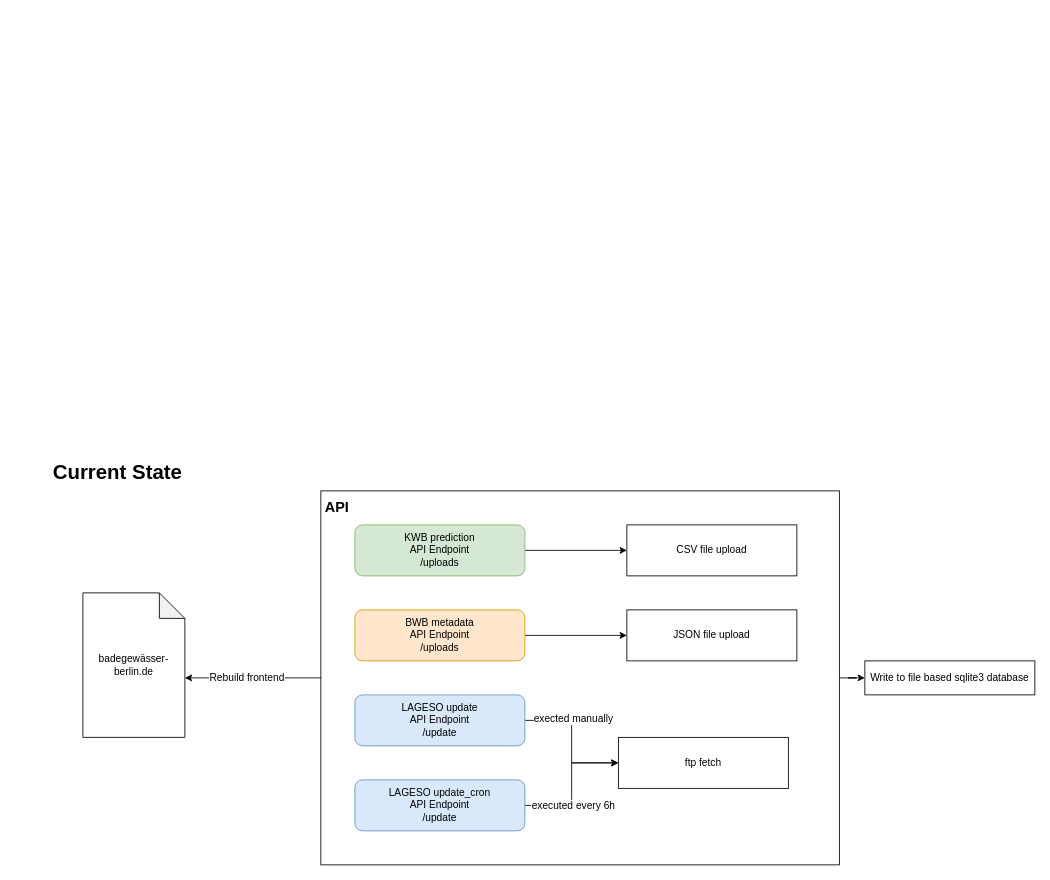
Above: page "Current state" (1 of 2) of before-and-after/before and after.drawio in technologiestiftung/flusshygiene-flowcharts (draw.io), before the change. Source tidied: cells renumbered, new cells numbered last; positions are measured from the earlier drawing's top-left corner, leaving out a move shared by most shapes. Both pictures are drawn from the tidied source at 85%, with x=0, y=0 at pixel (48, 456).
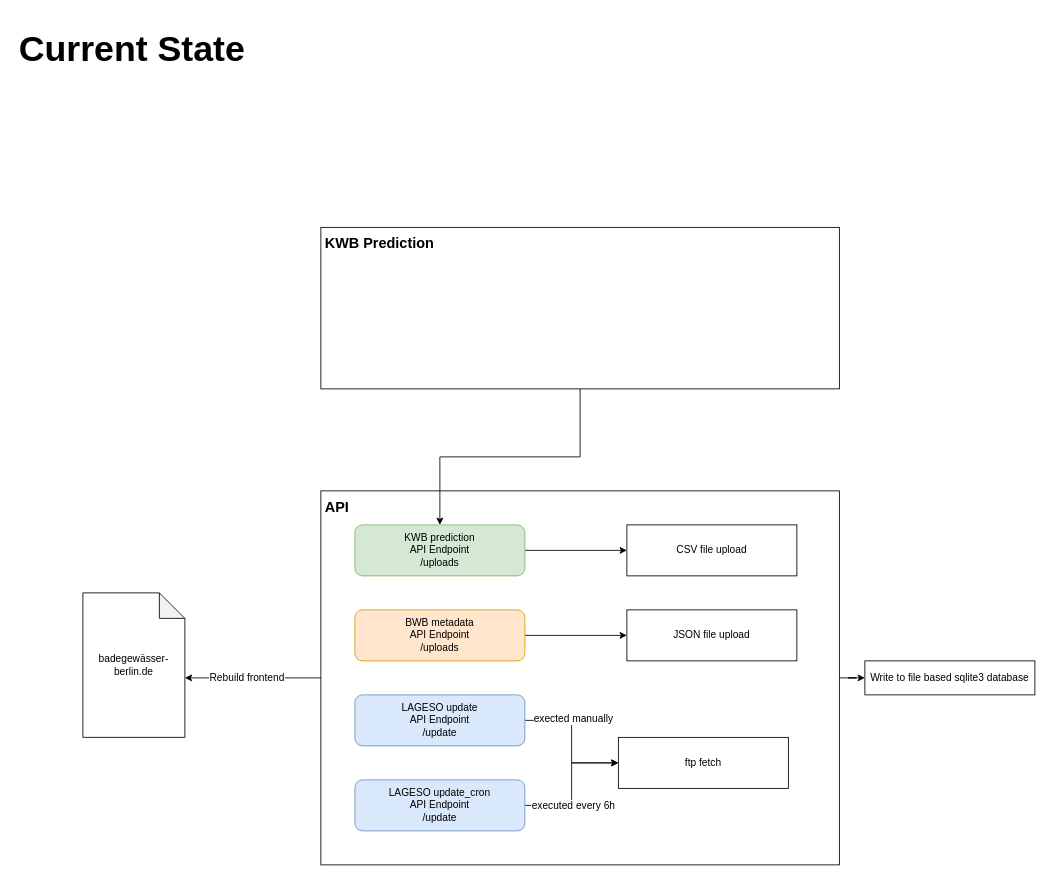
The same diagram, later.

The change refers to these unchanged cells:
```xml
<mxCell id="9" value="KWB prediction&lt;br&gt;API Endpoint&lt;br&gt;/uploads&lt;br&gt;" style="rounded=1;whiteSpace=wrap;html=1;fillColor=#d5e8d4;strokeColor=#82b366;" parent="1" vertex="1">
  <mxGeometry x="360" y="81" width="200" height="60" as="geometry" />
</mxCell>
```

Change to the diagram source:
```diff
@@
-    <mxCell id="21" value="&lt;h1&gt;Current State&lt;br&gt;&lt;/h1&gt;" style="text;html=1;strokeColor=none;fillColor=none;spacing=5;spacingTop=-20;whiteSpace=wrap;overflow=hidden;rounded=0;shadow=0;comic=0;" parent="1" vertex="1">
-      <mxGeometry width="190" height="120" as="geometry" />
+    <mxCell id="21" value="&lt;h1&gt;&lt;font style=&quot;font-size: 42px&quot;&gt;Current State&lt;/font&gt;&lt;br&gt;&lt;/h1&gt;" style="text;html=1;strokeColor=none;fillColor=none;spacing=5;spacingTop=-20;whiteSpace=wrap;overflow=hidden;rounded=0;shadow=0;comic=0;" parent="1" vertex="1">
+      <mxGeometry x="-40" y="-509" width="355" height="120" as="geometry" />
     </mxCell>
+    <mxCell id="22" style="edgeStyle=orthogonalEdgeStyle;rounded=0;jettySize=auto;html=1;exitX=0.5;exitY=1;exitDx=0;exitDy=0;entryX=0.5;entryY=0;entryDx=0;entryDy=0;" parent="1" edge="1" source="23" target="9">
+      <mxGeometry relative="1" as="geometry" />
+    </mxCell>
+    <mxCell id="23" value="&lt;div style=&quot;text-align: left ; font-size: 17px&quot;&gt;&lt;b style=&quot;font-size: 17px&quot;&gt;KWB Prediction&lt;/b&gt;&lt;/div&gt;" style="whiteSpace=wrap;html=1;rounded=0;fillColor=none;verticalAlign=top;align=left;spacing=5;fontSize=17;" parent="1" vertex="1">
+      <mxGeometry x="320" y="-269" width="610" height="190" as="geometry" />
+    </mxCell>
```
